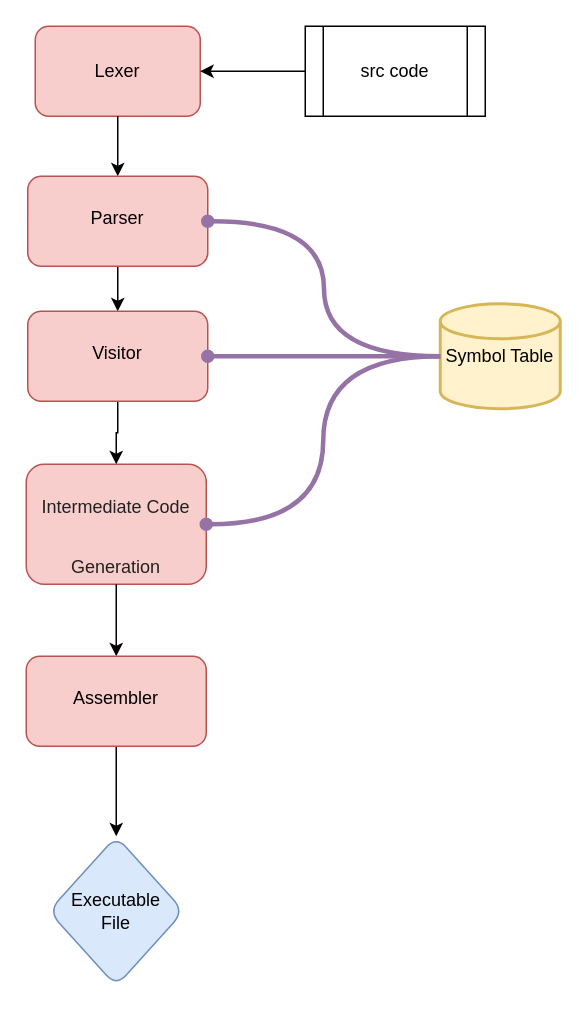
The draw.io diagram Module_Chart.drawio in yahelkev/compiler-project, before the edit. Source tidied: cells renumbered, new cells numbered last; positions are measured from the earlier drawing's top-left corner, leaving out a move shared by most shapes. Both pictures are drawn from the tidied source at 150%, with x=0, y=0 at pixel (26, 26).
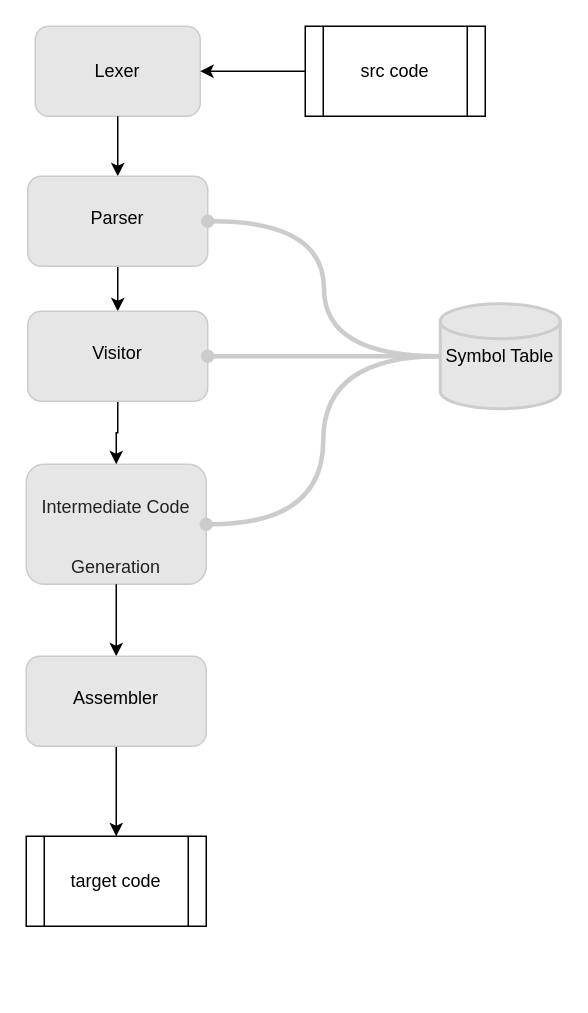
The same page after the edit.

What changed in the source:
```diff
@@
 <mxGraphModel>
   <root>
     <mxCell id="0" />
     <mxCell id="1" parent="0" />
-    <mxCell id="2" value="Lexer" style="rounded=1;whiteSpace=wrap;html=1;fillColor=#f8cecc;strokeColor=#b85450;" parent="1" vertex="1">
+    <mxCell id="2" value="Lexer" style="rounded=1;whiteSpace=wrap;html=1;fillColor=#E6E6E6;strokeColor=#CCCCCC;" parent="1" vertex="1">
       <mxGeometry x="6" width="110" height="60" as="geometry" />
     </mxCell>
     <mxCell id="3" style="edgeStyle=orthogonalEdgeStyle;curved=1;rounded=0;jettySize=auto;html=1;exitX=0.5;exitY=1;exitDx=0;exitDy=0;" parent="1" edge="1" source="2" target="5">
       <mxGeometry relative="1" as="geometry" />
     </mxCell>
     <mxCell id="4" style="edgeStyle=orthogonalEdgeStyle;curved=1;rounded=0;jettySize=auto;html=1;entryX=0.5;entryY=0;entryDx=0;entryDy=0;" parent="1" edge="1" source="5" target="13">
       <mxGeometry relative="1" as="geometry" />
     </mxCell>
-    <mxCell id="5" value="&lt;br&gt;Parser" style="whiteSpace=wrap;html=1;verticalAlign=top;strokeColor=#b85450;fillColor=#f8cecc;rounded=1;glass=0;shadow=0;sketch=0;" parent="1" vertex="1">
+    <mxCell id="5" value="&lt;br&gt;Parser" style="whiteSpace=wrap;html=1;verticalAlign=top;strokeColor=#CCCCCC;fillColor=#E6E6E6;rounded=1;glass=0;shadow=0;sketch=0;" parent="1" vertex="1">
       <mxGeometry x="1" y="100" width="120" height="60" as="geometry" />
     </mxCell>
-    <mxCell id="6" value="&lt;h2 style=&quot;box-sizing: inherit ; padding: 0px ; margin: 0px 0px 0.5em ; line-height: 40px ; color: rgb(34 , 34 , 34)&quot;&gt;&lt;span style=&quot;font-size: 12px ; font-weight: normal ; line-height: 123%&quot;&gt;Intermediate Code Generation&lt;/span&gt;&lt;br&gt;&lt;/h2&gt;" style="whiteSpace=wrap;html=1;verticalAlign=top;strokeColor=#b85450;fillColor=#f8cecc;rounded=1;glass=0;shadow=0;sketch=0;" parent="1" vertex="1">
+    <mxCell id="6" value="&lt;h2 style=&quot;box-sizing: inherit ; padding: 0px ; margin: 0px 0px 0.5em ; line-height: 40px ; color: rgb(34 , 34 , 34)&quot;&gt;&lt;span style=&quot;font-size: 12px ; font-weight: normal ; line-height: 123%&quot;&gt;Intermediate Code Generation&lt;/span&gt;&lt;br&gt;&lt;/h2&gt;" style="whiteSpace=wrap;html=1;verticalAlign=top;strokeColor=#CCCCCC;fillColor=#E6E6E6;rounded=1;glass=0;shadow=0;sketch=0;" parent="1" vertex="1">
       <mxGeometry y="292" width="120" height="80" as="geometry" />
     </mxCell>
     <mxCell id="7" style="edgeStyle=orthogonalEdgeStyle;curved=1;rounded=0;jettySize=auto;html=1;exitX=0.5;exitY=1;exitDx=0;exitDy=0;" parent="1" edge="1" source="6" target="10">
       <mxGeometry relative="1" as="geometry" />
     </mxCell>
-    <mxCell id="8" value="Symbol Table" style="strokeWidth=2;html=1;shape=mxgraph.flowchart.database;whiteSpace=wrap;rounded=1;shadow=0;glass=0;sketch=0;fillColor=#fff2cc;strokeColor=#d6b656;" parent="1" vertex="1">
+    <mxCell id="8" value="Symbol Table" style="strokeWidth=2;html=1;shape=mxgraph.flowchart.database;whiteSpace=wrap;rounded=1;shadow=0;glass=0;sketch=0;fillColor=#E6E6E6;strokeColor=#CCCCCC;" parent="1" vertex="1">
       <mxGeometry x="276" y="185" width="80" height="70" as="geometry" />
     </mxCell>
-    <mxCell id="9" style="edgeStyle=orthogonalEdgeStyle;rounded=0;jettySize=auto;html=1;exitX=0.5;exitY=1;exitDx=0;exitDy=0;entryX=0.5;entryY=0;entryDx=0;entryDy=0;" parent="1" edge="1" source="10" target="11">
-      <mxGeometry relative="1" as="geometry" />
-    </mxCell>
+    <mxCell id="19" style="edgeStyle=orthogonalEdgeStyle;rounded=0;jettySize=auto;html=1;" parent="1" edge="1" source="10" target="20">
+      <mxGeometry relative="1" as="geometry" />
+    </mxCell>
-    <mxCell id="10" value="&lt;br&gt;Assembler" style="whiteSpace=wrap;html=1;verticalAlign=top;strokeColor=#b85450;fillColor=#f8cecc;rounded=1;glass=0;shadow=0;sketch=0;" parent="1" vertex="1">
+    <mxCell id="10" value="&lt;br&gt;Assembler" style="whiteSpace=wrap;html=1;verticalAlign=top;strokeColor=#CCCCCC;fillColor=#E6E6E6;rounded=1;glass=0;shadow=0;sketch=0;" parent="1" vertex="1">
       <mxGeometry y="420" width="120" height="60" as="geometry" />
     </mxCell>
-    <mxCell id="11" value="Executable&lt;br&gt;File" style="rhombus;whiteSpace=wrap;html=1;rounded=1;shadow=0;glass=0;sketch=0;fillColor=#dae8fc;strokeColor=#6c8ebf;" parent="1" vertex="1">
-      <mxGeometry x="15" y="540" width="90" height="100" as="geometry" />
-    </mxCell>
     <mxCell id="12" style="edgeStyle=orthogonalEdgeStyle;rounded=0;jettySize=auto;html=1;exitX=0.5;exitY=1;exitDx=0;exitDy=0;entryX=0.5;entryY=0;entryDx=0;entryDy=0;" parent="1" edge="1" source="13" target="6">
       <mxGeometry relative="1" as="geometry" />
     </mxCell>
-    <mxCell id="13" value="&lt;br&gt;Visitor" style="whiteSpace=wrap;html=1;verticalAlign=top;strokeColor=#b85450;fillColor=#f8cecc;rounded=1;glass=0;shadow=0;sketch=0;" parent="1" vertex="1">
+    <mxCell id="13" value="&lt;br&gt;Visitor" style="whiteSpace=wrap;html=1;verticalAlign=top;strokeColor=#CCCCCC;fillColor=#E6E6E6;rounded=1;glass=0;shadow=0;sketch=0;" parent="1" vertex="1">
       <mxGeometry x="1" y="190" width="120" height="60" as="geometry" />
     </mxCell>
-    <mxCell id="14" style="edgeStyle=orthogonalEdgeStyle;rounded=0;jettySize=auto;html=1;fillColor=#e1d5e7;strokeColor=#9673a6;curved=1;strokeWidth=3;endArrow=oval;endFill=1;exitX=0;exitY=0.5;exitDx=0;exitDy=0;exitPerimeter=0;entryX=1;entryY=0.5;entryDx=0;entryDy=0;" parent="1" edge="1" source="8" target="13">
+    <mxCell id="14" style="edgeStyle=orthogonalEdgeStyle;rounded=0;jettySize=auto;html=1;fillColor=#E6E6E6;strokeColor=#CCCCCC;curved=1;strokeWidth=3;endArrow=oval;endFill=1;exitX=0;exitY=0.5;exitDx=0;exitDy=0;exitPerimeter=0;entryX=1;entryY=0.5;entryDx=0;entryDy=0;" parent="1" edge="1" source="8" target="13">
       <mxGeometry relative="1" as="geometry" />
     </mxCell>
-    <mxCell id="15" style="edgeStyle=orthogonalEdgeStyle;rounded=0;jettySize=auto;html=1;fillColor=#e1d5e7;strokeColor=#9673a6;curved=1;strokeWidth=3;endArrow=oval;endFill=1;exitX=0;exitY=0.5;exitDx=0;exitDy=0;exitPerimeter=0;entryX=1;entryY=0.5;entryDx=0;entryDy=0;" parent="1" edge="1" source="8" target="6">
+    <mxCell id="15" style="edgeStyle=orthogonalEdgeStyle;rounded=0;jettySize=auto;html=1;fillColor=#E6E6E6;strokeColor=#CCCCCC;curved=1;strokeWidth=3;endArrow=oval;endFill=1;exitX=0;exitY=0.5;exitDx=0;exitDy=0;exitPerimeter=0;entryX=1;entryY=0.5;entryDx=0;entryDy=0;" parent="1" edge="1" source="8" target="6">
       <mxGeometry relative="1" as="geometry" />
     </mxCell>
-    <mxCell id="16" style="edgeStyle=orthogonalEdgeStyle;rounded=0;jettySize=auto;html=1;fillColor=#e1d5e7;strokeColor=#9673a6;curved=1;strokeWidth=3;endArrow=oval;endFill=1;entryX=1;entryY=0.5;entryDx=0;entryDy=0;exitX=0;exitY=0.5;exitDx=0;exitDy=0;exitPerimeter=0;" parent="1" edge="1" source="8" target="5">
+    <mxCell id="16" style="edgeStyle=orthogonalEdgeStyle;rounded=0;jettySize=auto;html=1;fillColor=#E6E6E6;strokeColor=#CCCCCC;curved=1;strokeWidth=3;endArrow=oval;endFill=1;entryX=1;entryY=0.5;entryDx=0;entryDy=0;exitX=0;exitY=0.5;exitDx=0;exitDy=0;exitPerimeter=0;" parent="1" edge="1" source="8" target="5">
       <mxGeometry relative="1" as="geometry" />
     </mxCell>
     <mxCell id="17" style="edgeStyle=orthogonalEdgeStyle;rounded=0;jettySize=auto;html=1;" parent="1" edge="1" source="18" target="2">
       <mxGeometry relative="1" as="geometry" />
     </mxCell>
     <mxCell id="18" value="src code" style="shape=process;whiteSpace=wrap;html=1;backgroundOutline=1;" parent="1" vertex="1">
       <mxGeometry x="186" width="120" height="60" as="geometry" />
     </mxCell>
+    <mxCell id="20" value="target code" style="shape=process;whiteSpace=wrap;html=1;backgroundOutline=1;" parent="1" vertex="1">
+      <mxGeometry y="540" width="120" height="60" as="geometry" />
+    </mxCell>
   </root>
 </mxGraphModel>
```
